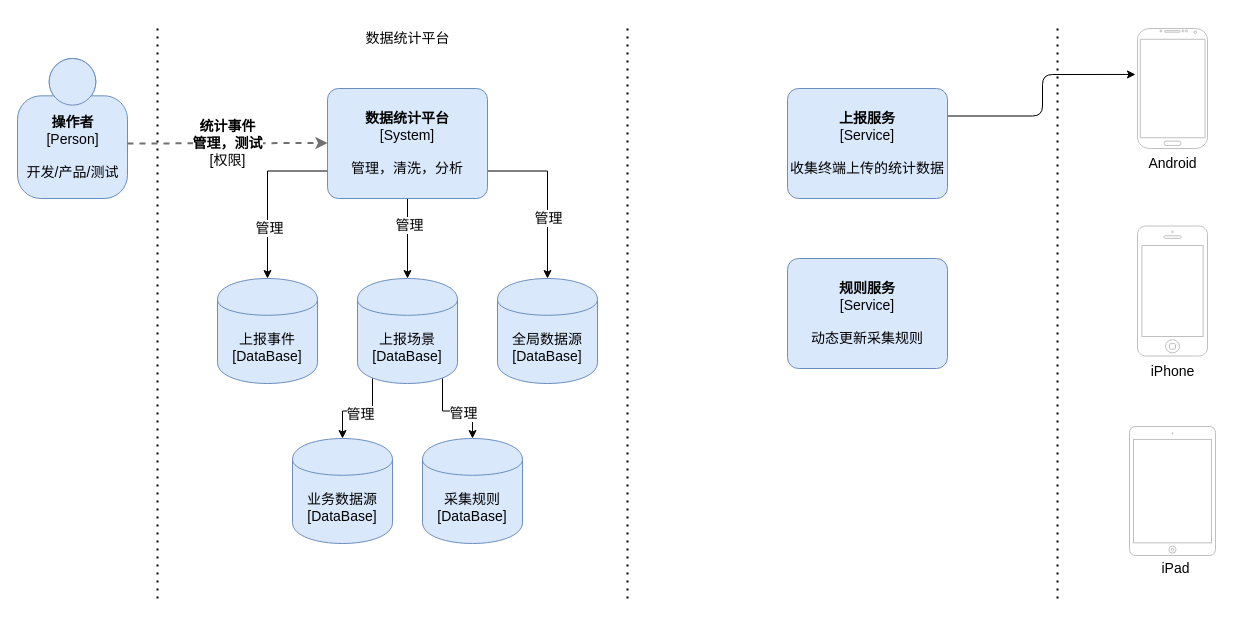
Above: 未命名表单.drawio in cheyongzi/Program (draw.io), before the change. Source tidied: cells renumbered, new cells numbered last; positions are measured from the earlier drawing's top-left corner, leaving out a move shared by most shapes. Both pictures are drawn from the tidied source at 100%, with x=0, y=0 at pixel (17, 28).
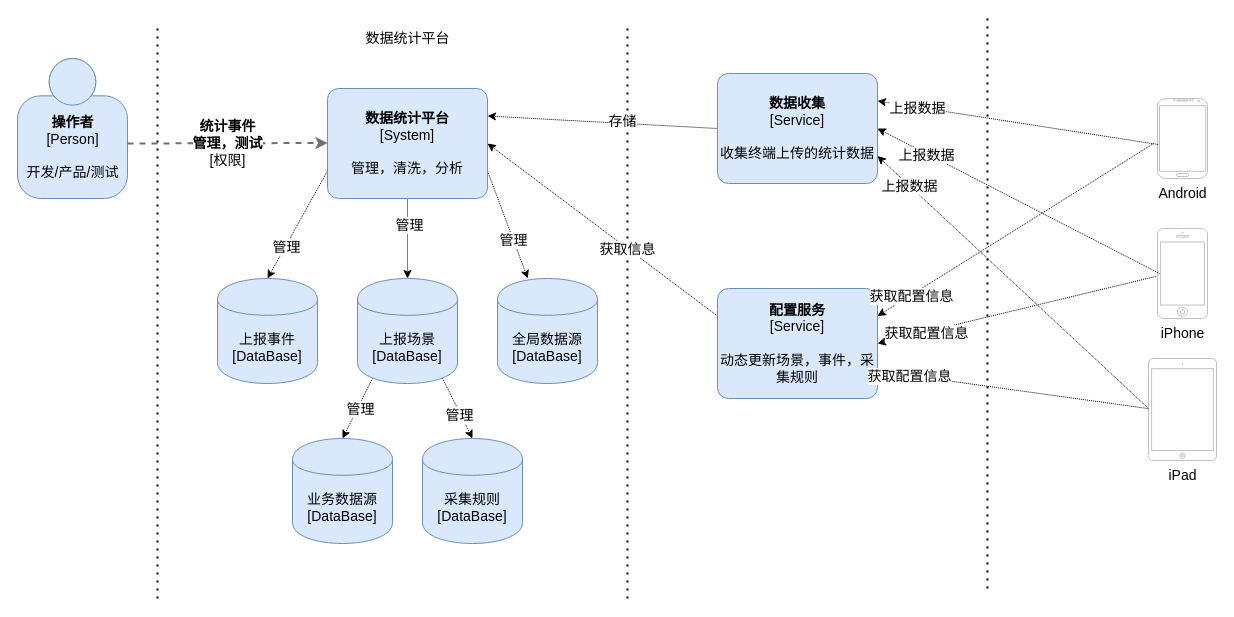
The same diagram, later.

Commit message:
Update 未命名表单.drawio

Unchanged cells that the change refers to:
```xml
<object id="9" label="&lt;b style=&quot;font-size: 14px;&quot;&gt;%c4Name%&lt;/b&gt;&lt;div style=&quot;font-size: 14px;&quot;&gt;[%c4Type%]&lt;/div&gt;&lt;br style=&quot;font-size: 14px;&quot;&gt;&lt;div style=&quot;font-size: 14px;&quot;&gt;%c4Description%&lt;/div&gt;" c4Description="管理，清洗，分析" c4Name="数据统计平台" c4Type="System" placeholders="1">
  <mxCell style="rounded=1;whiteSpace=wrap;html=1;labelBackgroundColor=none;fillColor=#dae8fc;align=center;arcSize=10;strokeColor=#6c8ebf;metaData={&quot;c4Type&quot;:{&quot;editable&quot;:false}};points=[[0.25,0,0],[0.5,0,0],[0.75,0,0],[1,0.25,0],[1,0.5,0],[1,0.75,0],[0.75,1,0],[0.5,1,0],[0.25,1,0],[0,0.75,0],[0,0.5,0],[0,0.25,0]];fontSize=14;" parent="1" vertex="1">
    <mxGeometry x="310" y="60" width="160" height="110" as="geometry" />
  </mxCell>
</object>
<mxCell id="11" value="上报事件&lt;br&gt;[DataBase]" style="shape=cylinder;whiteSpace=wrap;html=1;boundedLbl=1;backgroundOutline=1;rounded=1;fontSize=14;strokeColor=#6c8ebf;fillColor=#dae8fc;arcSize=10;verticalAlign=middle;" parent="1" vertex="1">
  <mxGeometry x="200" y="250" width="100" height="105" as="geometry" />
</mxCell>
<mxCell id="16" value="上报场景&lt;br&gt;[DataBase]" style="shape=cylinder;whiteSpace=wrap;html=1;boundedLbl=1;backgroundOutline=1;rounded=1;fontSize=14;strokeColor=#6c8ebf;fillColor=#dae8fc;arcSize=10;verticalAlign=middle;" parent="1" vertex="1">
  <mxGeometry x="340" y="250" width="100" height="105" as="geometry" />
</mxCell>
<mxCell id="17" value="业务数据源&lt;br&gt;[DataBase]" style="shape=cylinder;whiteSpace=wrap;html=1;boundedLbl=1;backgroundOutline=1;rounded=1;fontSize=14;strokeColor=#6c8ebf;fillColor=#dae8fc;arcSize=10;verticalAlign=middle;" parent="1" vertex="1">
  <mxGeometry x="275" y="410" width="100" height="105" as="geometry" />
</mxCell>
<mxCell id="18" value="采集规则&lt;br&gt;[DataBase]" style="shape=cylinder;whiteSpace=wrap;html=1;boundedLbl=1;backgroundOutline=1;rounded=1;fontSize=14;strokeColor=#6c8ebf;fillColor=#dae8fc;arcSize=10;verticalAlign=middle;" parent="1" vertex="1">
  <mxGeometry x="405" y="410" width="100" height="105" as="geometry" />
</mxCell>
<mxCell id="19" value="全局数据源&lt;br&gt;[DataBase]" style="shape=cylinder;whiteSpace=wrap;html=1;boundedLbl=1;backgroundOutline=1;rounded=1;fontSize=14;strokeColor=#6c8ebf;fillColor=#dae8fc;arcSize=10;verticalAlign=middle;" parent="1" vertex="1">
  <mxGeometry x="480" y="250" width="100" height="105" as="geometry" />
</mxCell>
```

What changed in the source:
```diff
@@
-    <mxCell id="3" style="edgeStyle=orthogonalEdgeStyle;rounded=0;jettySize=auto;html=1;exitX=0;exitY=0.75;exitDx=0;exitDy=0;exitPerimeter=0;entryX=0.5;entryY=0;entryDx=0;entryDy=0;fontSize=14;" parent="1" edge="1" source="9" target="11">
+    <mxCell id="3" style="rounded=0;jettySize=auto;html=1;exitX=0;exitY=0.75;exitDx=0;exitDy=0;exitPerimeter=0;entryX=0.5;entryY=0;entryDx=0;entryDy=0;fontSize=14;dashed=1;dashPattern=1 1;" parent="1" edge="1" source="9" target="11">
       <mxGeometry relative="1" as="geometry" />
     </mxCell>
@@
-    <mxCell id="5" style="edgeStyle=orthogonalEdgeStyle;rounded=0;jettySize=auto;html=1;exitX=0.5;exitY=1;exitDx=0;exitDy=0;exitPerimeter=0;entryX=0.5;entryY=0;entryDx=0;entryDy=0;fontSize=14;" parent="1" edge="1" source="9" target="16">
+    <mxCell id="5" style="edgeStyle=orthogonalEdgeStyle;rounded=0;jettySize=auto;html=1;exitX=0.5;exitY=1;exitDx=0;exitDy=0;exitPerimeter=0;entryX=0.5;entryY=0;entryDx=0;entryDy=0;fontSize=14;dashed=1;dashPattern=1 1;" parent="1" edge="1" source="9" target="16">
       <mxGeometry relative="1" as="geometry" />
     </mxCell>
@@
-    <mxCell id="7" style="edgeStyle=orthogonalEdgeStyle;rounded=0;jettySize=auto;html=1;exitX=1;exitY=0.75;exitDx=0;exitDy=0;exitPerimeter=0;fontSize=14;fontColor=#000000;" parent="1" edge="1" source="9" target="19">
+    <mxCell id="7" style="rounded=0;jettySize=auto;html=1;exitX=1;exitY=0.75;exitDx=0;exitDy=0;exitPerimeter=0;fontSize=14;fontColor=#000000;dashed=1;dashPattern=1 1;" parent="1" edge="1" source="9" target="19">
       <mxGeometry relative="1" as="geometry" />
     </mxCell>
@@
-    <mxCell id="12" style="edgeStyle=orthogonalEdgeStyle;rounded=0;jettySize=auto;html=1;exitX=0.85;exitY=0.95;exitDx=0;exitDy=0;exitPerimeter=0;entryX=0.5;entryY=0;entryDx=0;entryDy=0;fontSize=14;fontColor=#000000;" parent="1" edge="1" source="16" target="18">
+    <mxCell id="12" style="rounded=0;jettySize=auto;html=1;exitX=0.85;exitY=0.95;exitDx=0;exitDy=0;exitPerimeter=0;entryX=0.5;entryY=0;entryDx=0;entryDy=0;fontSize=14;fontColor=#000000;dashed=1;dashPattern=1 1;" parent="1" edge="1" source="16" target="18">
       <mxGeometry relative="1" as="geometry" />
     </mxCell>
@@
-    <mxCell id="14" style="edgeStyle=orthogonalEdgeStyle;rounded=0;jettySize=auto;html=1;exitX=0.15;exitY=0.95;exitDx=0;exitDy=0;exitPerimeter=0;entryX=0.5;entryY=0;entryDx=0;entryDy=0;fontSize=14;fontColor=#000000;" parent="1" edge="1" source="16" target="17">
+    <mxCell id="14" style="rounded=0;jettySize=auto;html=1;exitX=0.15;exitY=0.95;exitDx=0;exitDy=0;exitPerimeter=0;entryX=0.5;entryY=0;entryDx=0;entryDy=0;fontSize=14;fontColor=#000000;dashed=1;dashPattern=1 1;" parent="1" edge="1" source="16" target="17">
       <mxGeometry relative="1" as="geometry" />
     </mxCell>
@@
     <mxCell id="20" value="iPhone" style="html=1;verticalLabelPosition=bottom;labelBackgroundColor=#ffffff;verticalAlign=top;shadow=0;dashed=0;strokeWidth=1;shape=mxgraph.ios7.misc.iphone;strokeColor=#c0c0c0;fontSize=14;fontColor=#000000;" parent="1" vertex="1">
-      <mxGeometry x="1120" y="197.5" width="70" height="130" as="geometry" />
+      <mxGeometry x="1140" y="200" width="50" height="90" as="geometry" />
     </mxCell>
     <mxCell id="21" value="Android" style="verticalLabelPosition=bottom;verticalAlign=top;html=1;shadow=0;dashed=0;strokeWidth=1;shape=mxgraph.android.phone2;strokeColor=#c0c0c0;fontSize=14;fontColor=#000000;" parent="1" vertex="1">
-      <mxGeometry x="1120" width="70" height="120" as="geometry" />
+      <mxGeometry x="1140" y="70" width="50" height="80" as="geometry" />
     </mxCell>
@@
-    <mxCell id="25" style="html=1;verticalLabelPosition=bottom;labelBackgroundColor=#ffffff;verticalAlign=top;shadow=0;dashed=0;strokeWidth=1;shape=mxgraph.ios7.misc.ipad7inch;strokeColor=#c0c0c0;fontSize=14;fontColor=#000000;" parent="1" vertex="1">
-      <mxGeometry x="1112" y="398" width="86" height="129" as="geometry" />
+    <mxCell id="25" value="iPad" style="html=1;verticalLabelPosition=bottom;labelBackgroundColor=#ffffff;verticalAlign=top;shadow=0;dashed=0;strokeWidth=1;shape=mxgraph.ios7.misc.ipad7inch;strokeColor=#c0c0c0;fontSize=14;fontColor=#000000;" parent="1" vertex="1">
+      <mxGeometry x="1131" y="330" width="68" height="102" as="geometry" />
     </mxCell>
-    <mxCell id="26" value="iPad" style="text;html=1;align=center;verticalAlign=middle;strokeColor=none;fontSize=14;fontColor=#000000;" parent="1" vertex="1">
-      <mxGeometry x="1138" y="530" width="40" height="20" as="geometry" />
-    </mxCell>
-    <mxCell id="27" style="edgeStyle=orthogonalEdgeStyle;jettySize=auto;html=1;exitX=1;exitY=0.25;exitDx=0;exitDy=0;exitPerimeter=0;entryX=-0.029;entryY=0.383;entryDx=0;entryDy=0;entryPerimeter=0;fontSize=14;fontColor=#000000;rounded=1;" parent="1" edge="1" source="28" target="21">
-      <mxGeometry relative="1" as="geometry" />
-    </mxCell>
+    <mxCell id="31" style="rounded=1;jettySize=auto;html=1;exitX=0;exitY=0.5;exitDx=0;exitDy=0;exitPerimeter=0;entryX=1;entryY=0.25;entryDx=0;entryDy=0;entryPerimeter=0;fontSize=14;fontColor=#000000;dashed=1;dashPattern=1 1;" parent="1" edge="1" source="28" target="9">
+      <mxGeometry relative="1" as="geometry" />
+    </mxCell>
+    <mxCell id="32" value="存储" style="edgeLabel;html=1;align=center;verticalAlign=middle;fontSize=14;fontColor=#000000;" parent="31" vertex="1">
+      <mxGeometry x="-0.17" y="-2" relative="1" as="geometry" />
+    </mxCell>
-    <object id="28" label="&lt;b style=&quot;font-size: 14px;&quot;&gt;%c4Name%&lt;/b&gt;&lt;div style=&quot;font-size: 14px;&quot;&gt;[%c4Type%]&lt;/div&gt;&lt;br style=&quot;font-size: 14px;&quot;&gt;&lt;div style=&quot;font-size: 14px;&quot;&gt;%c4Description%&lt;/div&gt;" c4Description="收集终端上传的统计数据" c4Name="上报服务" c4Type="Service" placeholders="1">
+    <object id="28" label="&lt;b style=&quot;font-size: 14px;&quot;&gt;%c4Name%&lt;/b&gt;&lt;div style=&quot;font-size: 14px;&quot;&gt;[%c4Type%]&lt;/div&gt;&lt;br style=&quot;font-size: 14px;&quot;&gt;&lt;div style=&quot;font-size: 14px;&quot;&gt;%c4Description%&lt;/div&gt;" c4Description="收集终端上传的统计数据" c4Name="数据收集" c4Type="Service" placeholders="1">
       <mxCell style="rounded=1;whiteSpace=wrap;html=1;labelBackgroundColor=none;fillColor=#dae8fc;align=center;arcSize=10;strokeColor=#6c8ebf;metaData={&quot;c4Type&quot;:{&quot;editable&quot;:false}};points=[[0.25,0,0],[0.5,0,0],[0.75,0,0],[1,0.25,0],[1,0.5,0],[1,0.75,0],[0.75,1,0],[0.5,1,0],[0.25,1,0],[0,0.75,0],[0,0.5,0],[0,0.25,0]];fontSize=14;" parent="1" vertex="1">
-        <mxGeometry x="770" y="60" width="160" height="110" as="geometry" />
+        <mxGeometry x="700" y="45" width="160" height="110" as="geometry" />
       </mxCell>
     </object>
+    <mxCell id="33" style="edgeStyle=none;rounded=1;jettySize=auto;html=1;exitX=0;exitY=0.25;exitDx=0;exitDy=0;exitPerimeter=0;entryX=1;entryY=0.5;entryDx=0;entryDy=0;entryPerimeter=0;fontSize=14;fontColor=#000000;dashed=1;dashPattern=1 1;" parent="1" edge="1" source="29" target="9">
+      <mxGeometry relative="1" as="geometry" />
+    </mxCell>
+    <mxCell id="34" value="获取信息" style="edgeLabel;html=1;align=center;verticalAlign=middle;fontSize=14;fontColor=#000000;" parent="33" vertex="1">
+      <mxGeometry x="-0.22" relative="1" as="geometry">
+        <mxPoint x="-1" as="offset" />
+      </mxGeometry>
+    </mxCell>
-    <object id="29" label="&lt;b style=&quot;font-size: 14px;&quot;&gt;%c4Name%&lt;/b&gt;&lt;div style=&quot;font-size: 14px;&quot;&gt;[%c4Type%]&lt;/div&gt;&lt;br style=&quot;font-size: 14px;&quot;&gt;&lt;div style=&quot;font-size: 14px;&quot;&gt;%c4Description%&lt;/div&gt;" c4Description="动态更新采集规则" c4Name="规则服务" c4Type="Service" placeholders="1">
+    <object id="29" label="&lt;b style=&quot;font-size: 14px;&quot;&gt;%c4Name%&lt;/b&gt;&lt;div style=&quot;font-size: 14px;&quot;&gt;[%c4Type%]&lt;/div&gt;&lt;br style=&quot;font-size: 14px;&quot;&gt;&lt;div style=&quot;font-size: 14px;&quot;&gt;%c4Description%&lt;/div&gt;" c4Description="动态更新场景，事件，采集规则" c4Name="配置服务" c4Type="Service" placeholders="1">
       <mxCell style="rounded=1;whiteSpace=wrap;html=1;labelBackgroundColor=none;fillColor=#dae8fc;align=center;arcSize=10;strokeColor=#6c8ebf;metaData={&quot;c4Type&quot;:{&quot;editable&quot;:false}};points=[[0.25,0,0],[0.5,0,0],[0.75,0,0],[1,0.25,0],[1,0.5,0],[1,0.75,0],[0.75,1,0],[0.5,1,0],[0.25,1,0],[0,0.75,0],[0,0.5,0],[0,0.25,0]];fontSize=14;" parent="1" vertex="1">
-        <mxGeometry x="770" y="230" width="160" height="110" as="geometry" />
+        <mxGeometry x="700" y="260" width="160" height="110" as="geometry" />
       </mxCell>
     </object>
     <mxCell id="30" style="endArrow=none;dashed=1;html=1;dashPattern=1 3;strokeWidth=2;fontSize=14;fontColor=#000000;" parent="1" edge="1">
       <mxGeometry relative="1" as="geometry">
-        <mxPoint x="1040" y="570" as="sourcePoint" />
-        <mxPoint x="1040" as="targetPoint" />
+        <mxPoint x="970" y="560" as="sourcePoint" />
+        <mxPoint x="970" y="-10" as="targetPoint" />
       </mxGeometry>
     </mxCell>
+    <mxCell id="35" style="endArrow=classic;html=1;fontSize=14;fontColor=#000000;exitX=0.014;exitY=0.575;exitDx=0;exitDy=0;exitPerimeter=0;entryX=1;entryY=0.25;entryDx=0;entryDy=0;entryPerimeter=0;dashed=1;dashPattern=1 1;" parent="1" edge="1" source="21" target="28">
+      <mxGeometry relative="1" as="geometry" />
+    </mxCell>
+    <mxCell id="36" value="上报数据" style="edgeLabel;html=1;align=center;verticalAlign=middle;fontSize=14;fontColor=#000000;" parent="35" vertex="1">
+      <mxGeometry x="0.72" y="1" relative="1" as="geometry" />
+    </mxCell>
+    <mxCell id="37" style="endArrow=classic;html=1;fontSize=14;fontColor=#000000;entryX=1;entryY=0.5;entryDx=0;entryDy=0;entryPerimeter=0;dashed=1;dashPattern=1 1;" parent="1" edge="1" target="28">
+      <mxGeometry relative="1" as="geometry">
+        <mxPoint x="1142" y="245" as="sourcePoint" />
+      </mxGeometry>
+    </mxCell>
+    <mxCell id="38" value="上报数据" style="edgeLabel;html=1;align=center;verticalAlign=middle;fontSize=14;fontColor=#000000;" parent="37" vertex="1">
+      <mxGeometry x="0.65" y="1" relative="1" as="geometry" />
+    </mxCell>
+    <mxCell id="39" style="endArrow=classic;html=1;fontSize=14;fontColor=#000000;entryX=1;entryY=0.75;entryDx=0;entryDy=0;entryPerimeter=0;exitX=0;exitY=0.49;exitDx=0;exitDy=0;exitPerimeter=0;dashed=1;dashPattern=1 1;" parent="1" edge="1" source="25" target="28">
+      <mxGeometry relative="1" as="geometry" />
+    </mxCell>
+    <mxCell id="40" value="上报数据" style="edgeLabel;html=1;align=center;verticalAlign=middle;fontSize=14;fontColor=#000000;" parent="39" vertex="1">
+      <mxGeometry x="0.77" relative="1" as="geometry">
+        <mxPoint y="1" as="offset" />
+      </mxGeometry>
+    </mxCell>
+    <mxCell id="41" style="endArrow=classic;html=1;fontSize=14;fontColor=#000000;exitX=-0.08;exitY=0.563;exitDx=0;exitDy=0;exitPerimeter=0;entryX=1;entryY=0.25;entryDx=0;entryDy=0;entryPerimeter=0;dashed=1;dashPattern=1 1;" parent="1" edge="1" source="21" target="29">
+      <mxGeometry relative="1" as="geometry" />
+    </mxCell>
+    <mxCell id="42" value="获取配置信息" style="edgeLabel;html=1;align=center;verticalAlign=middle;fontSize=14;fontColor=#000000;" parent="41" vertex="1">
+      <mxGeometry x="0.76" y="1" relative="1" as="geometry" />
+    </mxCell>
+    <mxCell id="43" style="endArrow=classic;html=1;fontSize=14;fontColor=#000000;entryX=1;entryY=0.5;entryDx=0;entryDy=0;entryPerimeter=0;dashed=1;dashPattern=1 1;exitX=-0.04;exitY=0.533;exitDx=0;exitDy=0;exitPerimeter=0;" parent="1" edge="1" source="20" target="29">
+      <mxGeometry relative="1" as="geometry" />
+    </mxCell>
+    <mxCell id="44" value="获取配置信息" style="edgeLabel;html=1;align=center;verticalAlign=middle;fontSize=14;fontColor=#000000;" parent="43" vertex="1">
+      <mxGeometry x="0.65" y="1" relative="1" as="geometry" />
+    </mxCell>
+    <mxCell id="45" style="endArrow=classic;html=1;fontSize=14;fontColor=#000000;entryX=1;entryY=0.75;entryDx=0;entryDy=0;entryPerimeter=0;dashed=1;dashPattern=1 1;" parent="1" edge="1" target="29">
+      <mxGeometry relative="1" as="geometry">
+        <mxPoint x="1130" y="380" as="sourcePoint" />
+      </mxGeometry>
+    </mxCell>
+    <mxCell id="46" value="获取配置信息" style="edgeLabel;html=1;align=center;verticalAlign=middle;fontSize=14;fontColor=#000000;" parent="45" vertex="1">
+      <mxGeometry x="0.77" relative="1" as="geometry">
+        <mxPoint y="1" as="offset" />
+      </mxGeometry>
+    </mxCell>
```
